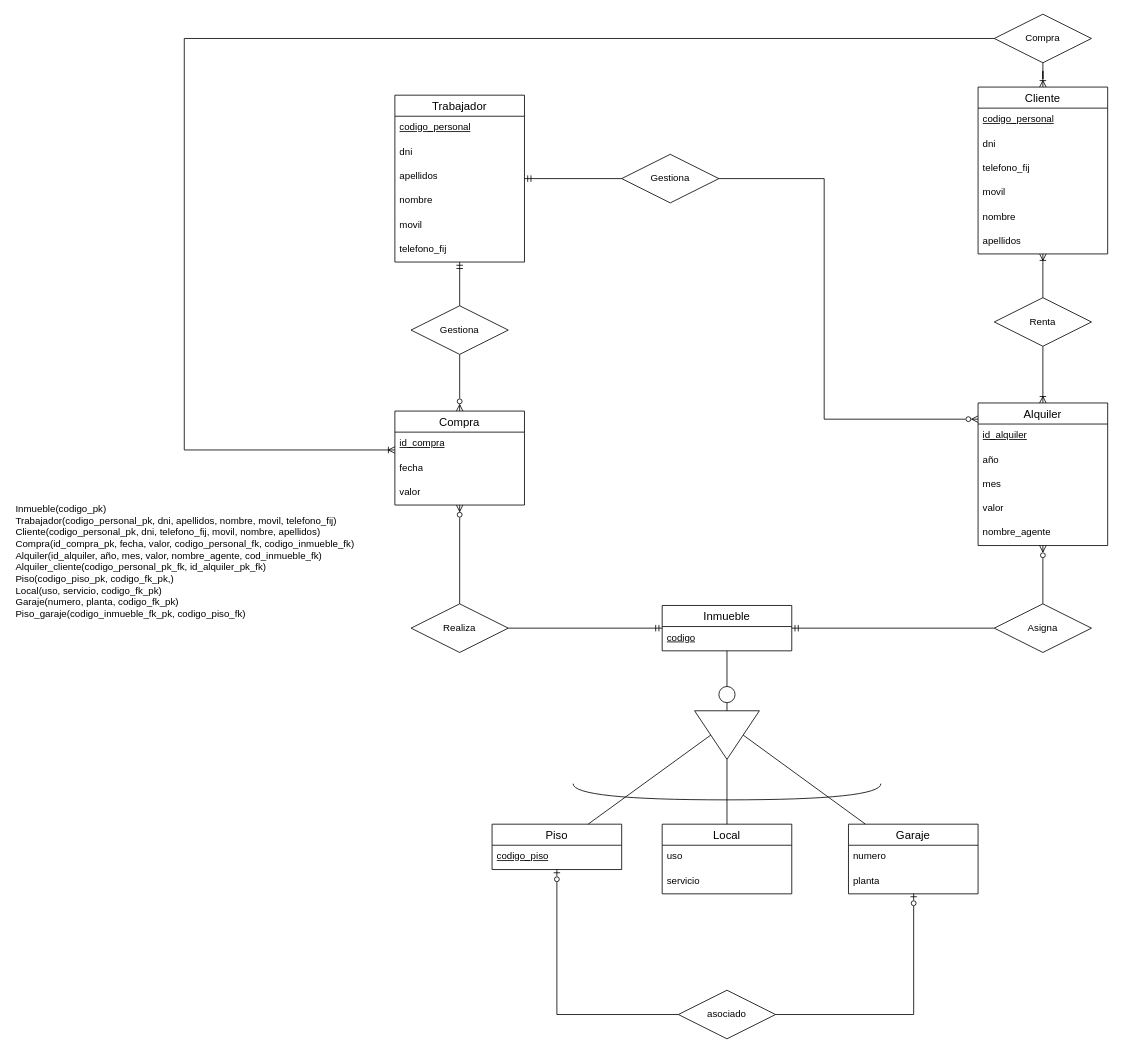
Above: TA12Ej18.drawio in AlejandroCara/acr-tsys-modeloER-drawio-1110 (draw.io), before the change. Source tidied: cells renumbered, new cells numbered last; positions are measured from the earlier drawing's top-left corner, leaving out a move shared by most shapes. Both pictures are drawn from the tidied source at 81%, with x=0, y=0 at pixel (14, 14).
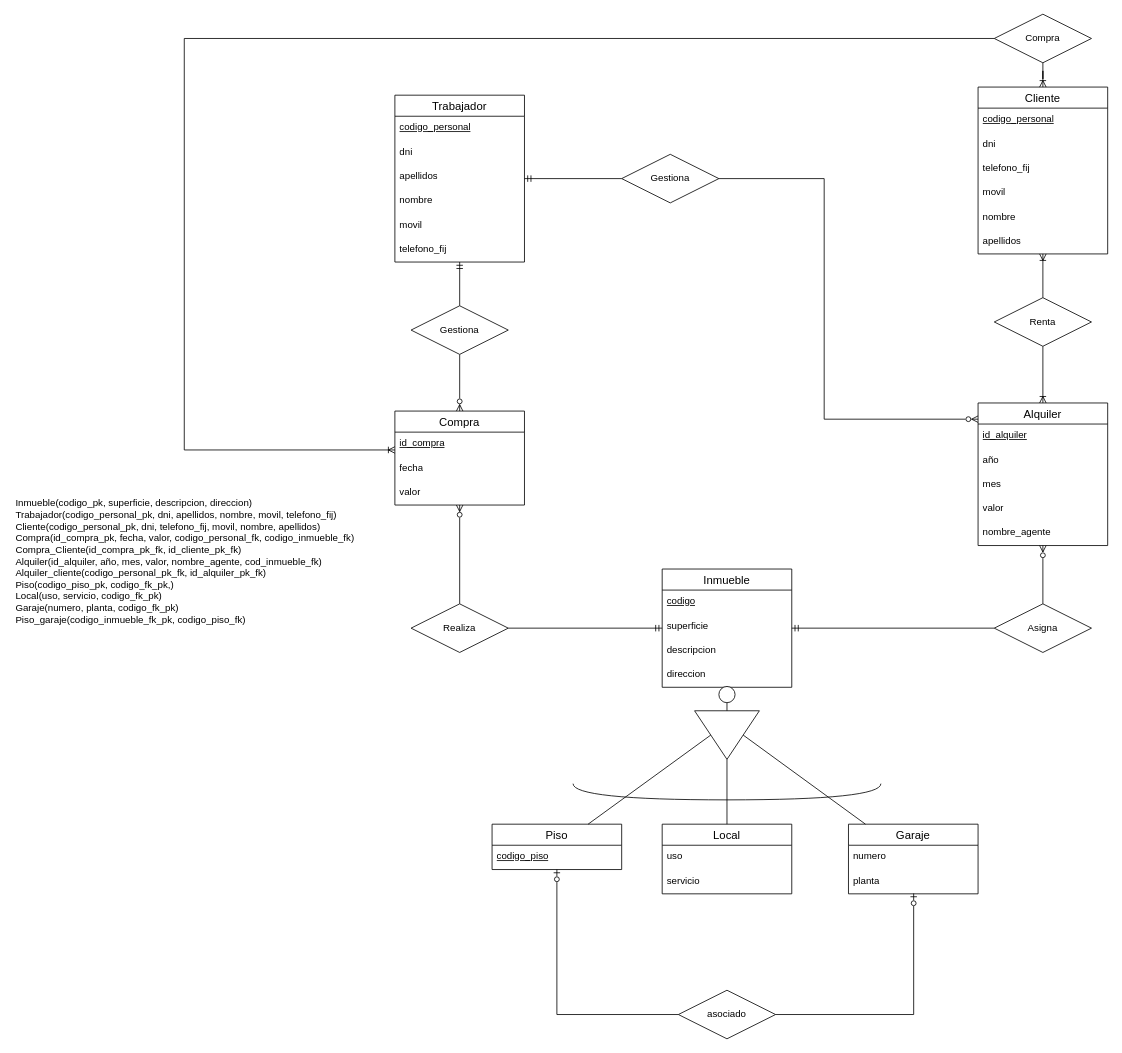
The same page after the edit.

Change to the diagram source:
```diff
@@
     <mxCell id="2" value="Inmueble" style="swimlane;fontStyle=0;horizontal=1;startSize=26;align=center;fontSize=14;" parent="1" vertex="1">
-      <mxGeometry x="800" y="730" width="160" height="56" as="geometry" />
+      <mxGeometry x="800" y="685" width="160" height="146" as="geometry" />
     </mxCell>
@@
+    <mxCell id="66" value="superficie" style="text;strokeColor=none;fillColor=none;spacingLeft=4;spacingRight=4;overflow=hidden;fontSize=12;whiteSpace=wrap;html=1;" parent="2" vertex="1">
+      <mxGeometry y="56" width="160" height="30" as="geometry" />
+    </mxCell>
+    <mxCell id="67" value="descripcion" style="text;strokeColor=none;fillColor=none;spacingLeft=4;spacingRight=4;overflow=hidden;fontSize=12;whiteSpace=wrap;html=1;" parent="2" vertex="1">
+      <mxGeometry y="86" width="160" height="30" as="geometry" />
+    </mxCell>
+    <mxCell id="68" value="direccion" style="text;strokeColor=none;fillColor=none;spacingLeft=4;spacingRight=4;overflow=hidden;fontSize=12;whiteSpace=wrap;html=1;" parent="2" vertex="1">
+      <mxGeometry y="116" width="160" height="30" as="geometry" />
+    </mxCell>
@@
-    <mxCell id="65" value="&lt;div align=&quot;left&quot;&gt;&lt;div align=&quot;left&quot;&gt;Inmueble(codigo_pk)&lt;/div&gt;&lt;/div&gt;&lt;div align=&quot;left&quot;&gt;Trabajador(codigo_personal_pk, dni, apellidos, nombre, movil, telefono_fij)&lt;/div&gt;&lt;div align=&quot;left&quot;&gt;Cliente(codigo_personal_pk, dni, telefono_fij, movil, nombre, apellidos)&lt;/div&gt;&lt;div align=&quot;left&quot;&gt;Compra(id_compra_pk, fecha, valor, codigo_personal_fk, codigo_inmueble_fk)&lt;/div&gt;&lt;div align=&quot;left&quot;&gt;Alquiler(id_alquiler, año, mes, valor, nombre_agente, cod_inmueble_fk)&lt;/div&gt;&lt;div align=&quot;left&quot;&gt;Alquiler_cliente(codigo_personal_pk_fk, id_alquiler_pk_fk)&lt;/div&gt;&lt;div align=&quot;left&quot;&gt;Piso(codigo_piso_pk, codigo_fk_pk,)&lt;/div&gt;&lt;div align=&quot;left&quot;&gt;Local(uso, servicio, codigo_fk_pk)&lt;/div&gt;&lt;div align=&quot;left&quot;&gt;Garaje(numero, planta, codigo_fk_pk)&lt;/div&gt;&lt;div align=&quot;left&quot;&gt;Piso_garaje(codigo_inmueble_fk_pk, codigo_piso_fk) &lt;br&gt;&lt;/div&gt;&lt;div align=&quot;left&quot;&gt;&lt;br&gt;&lt;/div&gt;&lt;div align=&quot;left&quot;&gt;&lt;br&gt;&lt;/div&gt;" style="text;html=1;strokeColor=none;fillColor=none;align=left;verticalAlign=middle;whiteSpace=wrap;rounded=0;" parent="1" vertex="1">
+    <mxCell id="65" value="&lt;div align=&quot;left&quot;&gt;&lt;div align=&quot;left&quot;&gt;Inmueble(codigo_pk, superficie, descripcion, direccion)&lt;/div&gt;&lt;/div&gt;&lt;div align=&quot;left&quot;&gt;Trabajador(codigo_personal_pk, dni, apellidos, nombre, movil, telefono_fij)&lt;/div&gt;&lt;div align=&quot;left&quot;&gt;Cliente(codigo_personal_pk, dni, telefono_fij, movil, nombre, apellidos)&lt;/div&gt;&lt;div align=&quot;left&quot;&gt;Compra(id_compra_pk, fecha, valor, codigo_personal_fk, codigo_inmueble_fk)&lt;/div&gt;&lt;div align=&quot;left&quot;&gt;Compra_Cliente(id_compra_pk_fk, id_cliente_pk_fk)&lt;/div&gt;&lt;div align=&quot;left&quot;&gt;Alquiler(id_alquiler, año, mes, valor, nombre_agente, cod_inmueble_fk)&lt;/div&gt;&lt;div align=&quot;left&quot;&gt;Alquiler_cliente(codigo_personal_pk_fk, id_alquiler_pk_fk)&lt;/div&gt;&lt;div align=&quot;left&quot;&gt;Piso(codigo_piso_pk, codigo_fk_pk,)&lt;/div&gt;&lt;div align=&quot;left&quot;&gt;Local(uso, servicio, codigo_fk_pk)&lt;/div&gt;&lt;div align=&quot;left&quot;&gt;Garaje(numero, planta, codigo_fk_pk)&lt;/div&gt;&lt;div align=&quot;left&quot;&gt;Piso_garaje(codigo_inmueble_fk_pk, codigo_piso_fk) &lt;br&gt;&lt;/div&gt;&lt;div align=&quot;left&quot;&gt;&lt;br&gt;&lt;/div&gt;&lt;div align=&quot;left&quot;&gt;&lt;br&gt;&lt;/div&gt;" style="text;html=1;strokeColor=none;fillColor=none;align=left;verticalAlign=middle;whiteSpace=wrap;rounded=0;" parent="1" vertex="1">
       <mxGeometry y="550" width="490" height="280" as="geometry" />
     </mxCell>
```
